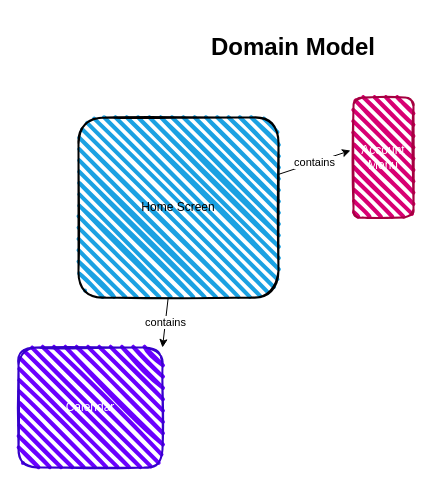
Above: docs/design/home/domain-model.dio in adventures-in/meeting_scheduler (draw.io), before the change. Source tidied: cells renumbered, new cells numbered last; positions are measured from the earlier drawing's top-left corner, leaving out a move shared by most shapes. Both pictures are drawn from the tidied source at 100%, with x=0, y=0 at pixel (18, 27).
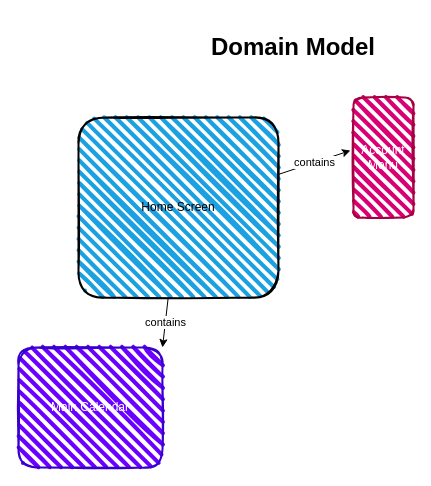
The same page after the edit.

Change to the diagram source:
```diff
@@
 <mxGraphModel>
   <root>
     <mxCell id="0" />
     <mxCell id="1" parent="0" />
     <mxCell id="2" value="&lt;h1&gt;Domain Model&lt;/h1&gt;" style="text;html=1;strokeColor=none;fillColor=none;align=center;verticalAlign=middle;whiteSpace=wrap;rounded=0;" parent="1" vertex="1">
       <mxGeometry x="170" width="210" height="40" as="geometry" />
     </mxCell>
     <mxCell id="3" value="contains" style="edgeStyle=none;html=1;entryX=1;entryY=0;entryDx=0;entryDy=0;" parent="1" edge="1" source="5" target="6">
       <mxGeometry relative="1" as="geometry" />
     </mxCell>
     <mxCell id="4" value="contains" style="edgeStyle=none;html=1;entryX=-0.05;entryY=0.442;entryDx=0;entryDy=0;entryPerimeter=0;" parent="1" edge="1" source="5" target="7">
       <mxGeometry relative="1" as="geometry" />
     </mxCell>
     <mxCell id="5" value="Home Screen" style="rounded=1;whiteSpace=wrap;html=1;strokeWidth=2;fillWeight=4;hachureGap=8;hachureAngle=45;fillColor=#1ba1e2;sketch=1;" parent="1" vertex="1">
       <mxGeometry x="60" y="90" width="200" height="180" as="geometry" />
     </mxCell>
-    <mxCell id="6" value="Calendar" style="rounded=1;whiteSpace=wrap;html=1;strokeWidth=2;fillWeight=4;hachureGap=8;hachureAngle=45;fillColor=#6a00ff;sketch=1;strokeColor=#3700CC;fontColor=#ffffff;" parent="1" vertex="1">
+    <mxCell id="6" value="Main Calendar" style="rounded=1;whiteSpace=wrap;html=1;strokeWidth=2;fillWeight=4;hachureGap=8;hachureAngle=45;fillColor=#6a00ff;sketch=1;strokeColor=#3700CC;fontColor=#ffffff;" parent="1" vertex="1">
       <mxGeometry y="320" width="144" height="120" as="geometry" />
     </mxCell>
     <mxCell id="7" value="Account Menu" style="rounded=1;whiteSpace=wrap;html=1;strokeWidth=2;fillWeight=4;hachureGap=8;hachureAngle=45;fillColor=#d80073;sketch=1;strokeColor=#A50040;fontColor=#ffffff;" parent="1" vertex="1">
       <mxGeometry x="335" y="70" width="60" height="120" as="geometry" />
     </mxCell>
   </root>
 </mxGraphModel>
```
